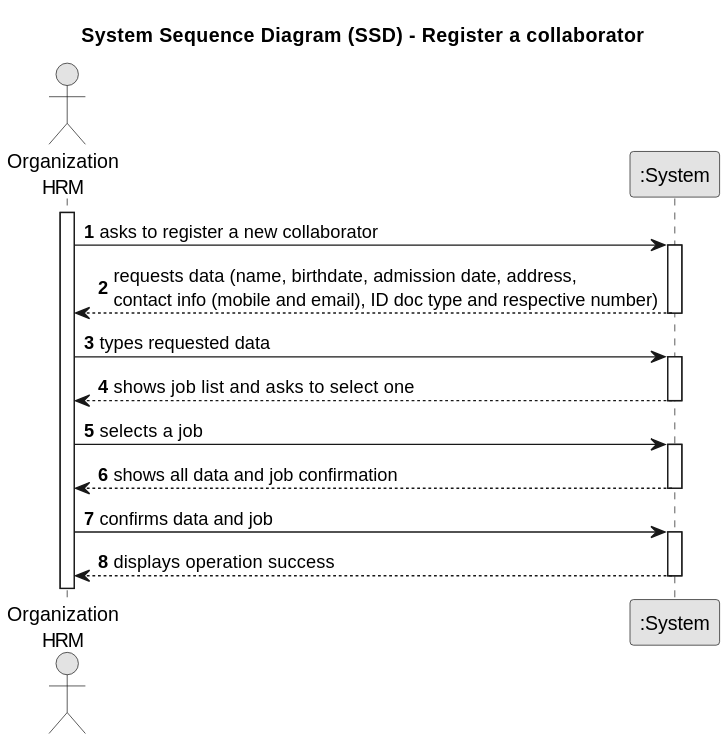
This is docs/sprintA/us03/01.requirements-engineering/svg/us03-system-sequence-diagram-us03.svg from Departamento-de-Engenharia-Informatica/lei-24-s2-1db-g022, a PlantUML export, as it was before one commit. Its diagram source:
```plantuml
@startuml
skinparam monochrome true
skinparam packageStyle rectangle
skinparam shadowing false

title System Sequence Diagram (SSD) - Register a collaborator

autonumber

actor "Organization\nHRM" as HRM
participant ":System" as System

activate HRM

    HRM -> System : asks to register a new collaborator
    activate System

    System --> HRM : requests data (name, birthdate, admission date, address, \ncontact info (mobile and email), ID doc type and respective number)
    deactivate System

    HRM -> System : types requested data
    activate System

    System --> HRM : shows job list and asks to select one
    deactivate System

    HRM -> System : selects a job
    activate System

    System --> HRM : shows all data and job confirmation
    deactivate System

    HRM -> System : confirms data and job
    activate System

    System --> HRM : displays operation success
    deactivate System
@enduml
```
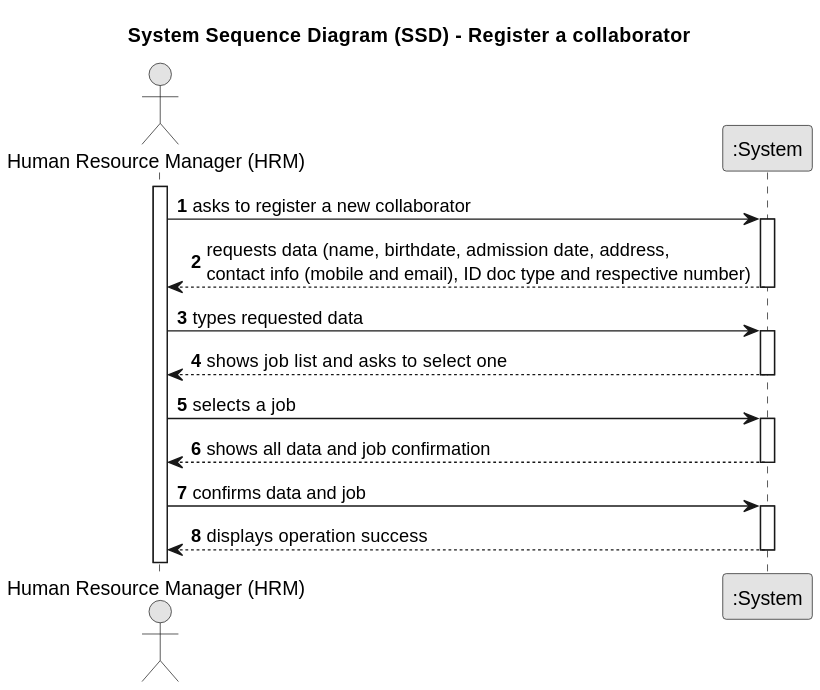
Later version of the same file.

Diff of the diagram source:
```diff
@@ -7,7 +7,7 @@
 
 autonumber
 
-actor "Organization\nHRM" as HRM
+actor "Human Resource Manager (HRM)" as HRM
 participant ":System" as System
 
 activate HRM
```
